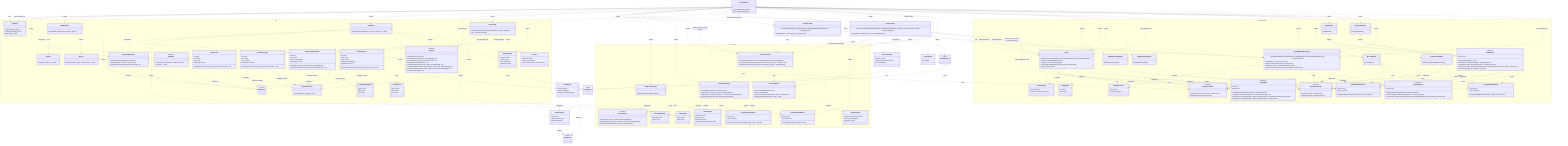
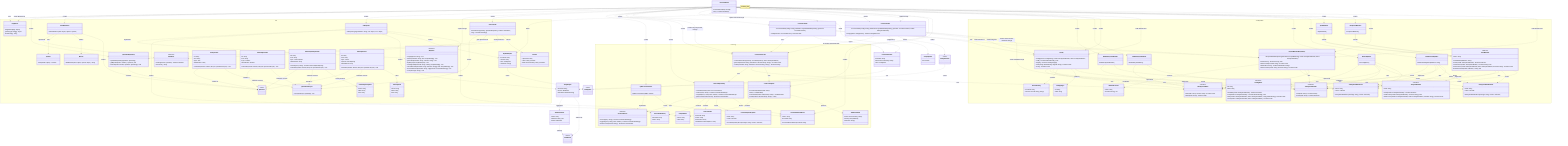
classDiagram
  direction TB

  class LicenseWizard {
    +LicenseWizard(args: string[])
    +run() Promise~Answer[]~
  }

  class LicenseInstaller {
    +LicenseInstaller(config: Config, manifests: ProjectManifestRepository, generator: LicenseGenerator)
    +install(selection: LicenseSelection) Promise~void~
  }

  class LicenseVerifier {
    +LicenseVerifier(config: Config, manifests: ProjectManifestRepository, generator: LicenseGenerator, reader: IFileSystemReader)
    +verify(options: VerifyOptions) Promise~VerifyOutcome~
  }

  class LicenseSelection {
    +licenseId: string
    +tokens: Record~string, string~
    +save: ConfigSave
  }

  class ConfigSave {
    <<union>>
  }

  class VerifyOptions {
    +fix: boolean
  }

  class VerifyOutcome {
    <<union>>
  }

  class VerifyReport {
    +licenseId: string
    +license: DriftStatus
    +manifests: ManifestCheck[]
  }

  class ManifestCheck {
    +name: string
    +declared: string | null
    +status: DriftStatus
  }

  class DriftStatus {
    <<union>>
  }

  namespace CLI {
    class FlagParser {
      +FlagParser(flags: object)
      +parse(args: string[]) object
      +formatHelp() string
    }

    class Orchestrator {
      +Orchestrator(repository: QuestionRepository, renderer: IRenderer)
      +run() Promise~Answer[]~
    }

    class IRenderer {
      <<interface>>
      +render(question: Question) Promise~Answer~
      +onCancel() string
    }

    class ClackRenderer {
      +ClackRenderer(meta: object, spinner: Spinner)
    }

    class IReporter {
      <<interface>>
      +usage(options: string) void
      +tokens(licenseId: string, slots: TemplateSlot[]) void
      +generated(licenseId: string, savedTo: string) void
      +dryRun(report: DryRunReport) void
      +missingFields(licenseId: string, missing: TemplateSlot[]) void
      +unknownFields(licenseId: string, unknown: string[], slots: TemplateSlot[]) void
      +licenseNotFound(licenseId: string, suggestions: LicenseIndexEntry[]) void
      +error(message: string) void
    }

    class DryRunReport {
      +licenseId: string
      +content: string
      +save: ConfigSave
      +manifests: string[]
    }

    class CliReporter {
      +CliReporter(programName: string, out?: object, err?: object)
    }

    class Banner {
      +buildBanner(meta: object, options: object) string
    }

    class Spinner {
      +start(handle: object) Function
    }

    class QuestionRepository {
      +QuestionRepository(questions: Question[])
      +getByIndex(index: number) Question | null
      +insertAt(index: number, questions: Question[]) void
    }

    class QuestionLifecycle {
      +inject(questions: Question[]) void
    }

    class Question {
      <<union>>
    }

    class TextQuestion {
      +id: string
      +text: string
      +type: "text"
      +defaultValue: string
      +onAnswer(answer: Answer, lifecycle: QuestionLifecycle) void
    }

    class ConfirmQuestion {
      +id: string
      +text: string
      +type: "confirm"
      +defaultValue: boolean
      +onAnswer(answer: Answer, lifecycle: QuestionLifecycle) void
    }

    class AutocompleteQuestion {
      +id: string
      +text: string
      +type: "autocomplete"
      +defaultValue: string
      +search(query: string) Promise~AutocompleteOption[]~
      +onAnswer(answer: Answer, lifecycle: QuestionLifecycle) void
    }

    class AutocompleteOption {
      +value: string
      +label: string
      +hint: string
    }

    class SelectQuestion {
      +id: string
      +text: string
      +type: "select"
      +options: SelectOption[]
      +defaultValue: string
      +onAnswer(answer: Answer, lifecycle: QuestionLifecycle) void
    }

    class SelectOption {
      +value: string
      +label: string
      +hint: string
    }

    class Answer {
      +questionId: string
      +value: string | boolean
      +fields: Record~string, string | boolean~
    }
  }

  namespace Licensing {
    class LicenseRepository {
      +LicenseRepository(source: ILicenseSource)
      +search(query: string) Promise~LicenseIndexEntry[]~
      +suggest(query: string, limit: number) Promise~LicenseIndexEntry[]~
      +getLicense(licenseId: string) Promise~LicenseDetail~
    }

    class LicenseRepositoryError {
      +name: string
      +cause: unknown
      +LicenseRepositoryError(message: string, cause?: unknown)
    }

    class LicenseNotFoundError {
      +name: string
      +licenseId: string
      +LicenseNotFoundError(licenseId: string)
    }

    class ILicenseSource {
      <<interface>>
      +search(query: string) Promise~LicenseIndexEntry[]~
      +suggest(query: string, limit: number) Promise~LicenseIndexEntry[]~
      +fetchLicense(licenseId: string) Promise~LicenseDetail~
    }

    class SpdxLicenseSource {
      +SpdxLicenseSource(ttlMs: number)
    }

    class LicenseIndexEntry {
      +licenseId: string
      +name: string
    }

    class LicenseDetail {
      +licenseId: string
      +name: string
      +licenseText: string
      +standardLicenseTemplate?: string
    }

    class LicenseTemplate {
      +LicenseTemplate(template: string)
      +slots() TemplateSlot[]
      +resolveSlots(entries: Map~string, string~) SlotResolution
      +render(values: Record~string, string~) string
    }

    class TemplateSlot {
      +token: string
      +label: string
    }

    class SlotResolution {
      +values: Record~string, string~
      +missing: TemplateSlot[]
      +unknown: string[]
    }

    class LicenseGenerator {
      +LicenseGenerator(repository: LicenseRepository, writer: IFileSystemWriter)
      +generate(licenseId: string, slotValues?: Record~string, string~) Promise~void~
      +render(licenseId: string, slotValues?: Record~string, string~) Promise~string~
    }
  }

  namespace Configuration {
    class IFileSystemReader {
      <<interface>>
      +read(path: string) Promise~string~
      +exists(path: string) Promise~boolean~
    }

    class IFileSystemWriter {
      <<interface>>
      +write(path: string, content: string) Promise~void~
      +delete(path: string) Promise~void~
    }

    class NodeFileSystemReader {
      +NodeFileSystemReader()
    }

    class NodeFileSystemWriter {
      +NodeFileSystemWriter()
    }

    class FileSystemReaderError {
      +name: string
      +cause: unknown
      +FileSystemReaderError(message: string, cause?: unknown)
    }

    class FileSystemWriterError {
      +name: string
      +cause: unknown
      +FileSystemWriterError(message: string, cause?: unknown)
    }

    class WizardConfig {
      +licenseId: string
      +tokens?: Record~string, string~
    }

    class ConfigTarget {
      +id: string
      +label: string
    }

    class IConfigStore {
      <<interface>>
      +id: string
      +label: string
      +available(reader: IFileSystemReader) Promise~boolean~
      +read(reader: IFileSystemReader) Promise~WizardConfig | null~
      +write(reader: IFileSystemReader, writer: IFileSystemWriter, config: WizardConfig) Promise~void~
      +clear(reader: IFileSystemReader, writer: IFileSystemWriter) Promise~void~
    }

    class RcConfigStore {
      +RcConfigStore()
    }

    class ManifestConfigStore {
      +ManifestConfigStore(fileName: string)
    }

    class Config {
      +Config(stores: IConfigStore[], reader: IFileSystemReader, writer: IFileSystemWriter)
      +read() Promise~WizardConfig | null~
      +targets() Promise~ConfigTarget[]~
      +write(config: WizardConfig, targetId: string) Promise~void~
      +clear() Promise~void~
    }

    class IProjectManifest {
      <<interface>>
      +name: string
      +exists(reader: IFileSystemReader) Promise~boolean~
      +readLicense(reader: IFileSystemReader) Promise~string | null~
      +writeLicense(reader: IFileSystemReader, writer: IFileSystemWriter, licenseId: string) Promise~void~
    }

    class JsonManifest {
      <<abstract>>
      +JsonManifest(fileName: string)
      +name: string
      +exists(reader: IFileSystemReader) Promise~boolean~
      +readLicense(reader: IFileSystemReader) Promise~string | null~
      +writeLicense(reader: IFileSystemReader, writer: IFileSystemWriter, licenseId: string) Promise~void~
      #extractLicenseId(value: unknown)* string | null
    }

    class NpmManifest {
      +NpmManifest()
    }

    class ComposerManifest {
      +ComposerManifest()
    }

    class ProjectManifestRepository {
      +ProjectManifestRepository(manifests: IProjectManifest[], reader: IFileSystemReader, writer: IFileSystemWriter)
      +readLicense() Promise~string | null~
      +writeLicense(licenseId: string) Promise~void~
      +declaredLicenses() Promise~ManifestLicense[]~
      +writeLicenseTo(name: string, licenseId: string) Promise~void~
    }

    class ManifestLicense {
      +name: string
      +licenseId: string | null
    }
  }

  TextQuestion ..|> Question : member of
  ConfirmQuestion ..|> Question : member of
  AutocompleteQuestion ..|> Question : member of
  SelectQuestion ..|> Question : member of
  TextQuestion ..> QuestionLifecycle : onAnswer receives
  ConfirmQuestion ..> QuestionLifecycle : onAnswer receives
  AutocompleteQuestion ..> QuestionLifecycle : onAnswer receives
  SelectQuestion ..> QuestionLifecycle : onAnswer receives
  SelectQuestion ..> SelectOption : offers
  Orchestrator ..> QuestionLifecycle : creates
  ClackRenderer ..|> IRenderer : implements
  ClackRenderer ..> Spinner : uses
  ClackRenderer ..> Banner : renders
  CliReporter ..|> IReporter : implements
  CliReporter ..> TemplateSlot : renders
  CliReporter ..> VerifyReport : renders
  CliReporter ..> DryRunReport : renders
  LicenseWizard ..> FlagParser : uses
  LicenseWizard ..> FlagParser : reads defaults from
  LicenseWizard ..> QuestionRepository : creates
  LicenseWizard ..> ClackRenderer : creates
  LicenseWizard ..> CliReporter : creates
  LicenseWizard ..> IReporter : reports through
  LicenseWizard ..> Orchestrator : creates
  LicenseWizard ..> SpdxLicenseSource : creates
  LicenseWizard ..> LicenseRepository : creates
  LicenseWizard ..> LicenseGenerator : creates
  LicenseWizard ..> LicenseGenerator : renders dry-run preview through
  LicenseWizard ..> LicenseInstaller : creates
  LicenseWizard ..> LicenseInstaller : applies selection through
  LicenseWizard ..> LicenseSelection : builds
  LicenseWizard ..> DryRunReport : builds
  LicenseWizard ..> LicenseVerifier : creates
  LicenseWizard ..> LicenseVerifier : verifies through
  LicenseInstaller ..> Config : uses
  LicenseInstaller ..> ProjectManifestRepository : writes selection to
  LicenseInstaller ..> LicenseGenerator : uses
  LicenseInstaller ..> LicenseSelection : applies
  LicenseVerifier ..> Config : reads config from
  LicenseVerifier ..> ProjectManifestRepository : checks and reconciles manifests through
  LicenseVerifier ..> LicenseGenerator : re-renders and rewrites with
  LicenseVerifier ..> IFileSystemReader : reads LICENSE through
  LicenseVerifier ..> VerifyOptions : configured by
  LicenseVerifier ..> VerifyOutcome : returns
  VerifyOutcome ..> VerifyReport : carries
  VerifyReport ..> ManifestCheck : aggregates
  VerifyReport ..> DriftStatus : statuses by
  ManifestCheck ..> DriftStatus : status by
  ProjectManifestRepository ..> ManifestLicense : produces
  LicenseSelection ..> ConfigSave : has
  DryRunReport ..> ConfigSave : carries
  Orchestrator ..> QuestionRepository : gets questions from
  Orchestrator ..> IRenderer : feeds questions to
  ClackRenderer ..> Question : renders
  QuestionRepository ..> Question : produces
  AutocompleteQuestion ..> AutocompleteOption : search produces
  Orchestrator ..> Answer : collects
  SpdxLicenseSource ..|> ILicenseSource : implements
  LicenseRepository ..> ILicenseSource : uses
  LicenseRepository ..> LicenseIndexEntry : produces
  LicenseRepository ..> LicenseDetail : produces
  LicenseRepository ..> LicenseRepositoryError : throws
  LicenseRepository ..> LicenseNotFoundError : throws
  SpdxLicenseSource ..> LicenseNotFoundError : throws
  LicenseWizard ..> LicenseNotFoundError : handles
  CliReporter ..> LicenseIndexEntry : renders
  LicenseGenerator ..> LicenseRepository : uses
  LicenseGenerator ..> IFileSystemWriter : uses
  LicenseGenerator ..> LicenseTemplate : uses
  LicenseTemplate ..> TemplateSlot : produces
  LicenseTemplate ..> SlotResolution : produces
  LicenseWizard ..> LicenseTemplate : creates
  NodeFileSystemReader ..|> IFileSystemReader : implements
  NodeFileSystemWriter ..|> IFileSystemWriter : implements
  NodeFileSystemReader ..> FileSystemReaderError : throws
  NodeFileSystemWriter ..> FileSystemWriterError : throws
  Config ..> IConfigStore : coordinates
  Config ..> IFileSystemReader : uses
  Config ..> IFileSystemWriter : uses
  Config ..> WizardConfig : produces
  Config ..> ConfigTarget : produces
  Config ..> FileSystemWriterError : throws
  RcConfigStore ..|> IConfigStore : implements
  ManifestConfigStore ..|> IConfigStore : implements
  RcConfigStore ..> IFileSystemReader : uses
  RcConfigStore ..> IFileSystemWriter : uses
  RcConfigStore ..> FileSystemReaderError : throws
  RcConfigStore ..> FileSystemWriterError : throws
  ManifestConfigStore ..> IFileSystemReader : uses
  ManifestConfigStore ..> IFileSystemWriter : uses
  ManifestConfigStore ..> FileSystemReaderError : throws
  ManifestConfigStore ..> FileSystemWriterError : throws
  JsonManifest ..|> IProjectManifest : implements
  NpmManifest --|> JsonManifest : extends
  ComposerManifest --|> JsonManifest : extends
  JsonManifest ..> IFileSystemReader : uses
  JsonManifest ..> IFileSystemWriter : uses
  JsonManifest ..> FileSystemReaderError : throws
  JsonManifest ..> FileSystemWriterError : throws
  ProjectManifestRepository ..> IProjectManifest : coordinates
  ProjectManifestRepository ..> IFileSystemReader : uses
  ProjectManifestRepository ..> IFileSystemWriter : uses
  LicenseWizard ..> NodeFileSystemReader : creates
  LicenseWizard ..> NodeFileSystemWriter : creates
  LicenseWizard ..> Config : creates
  LicenseWizard ..> Config : reads defaults from
  LicenseWizard ..> RcConfigStore : creates
  LicenseWizard ..> ManifestConfigStore : creates
  LicenseWizard ..> NpmManifest : creates
  LicenseWizard ..> ComposerManifest : creates
  LicenseWizard ..> ProjectManifestRepository : creates
  LicenseWizard ..> ProjectManifestRepository : reads defaults from
+ 
+   note "rendering test"
